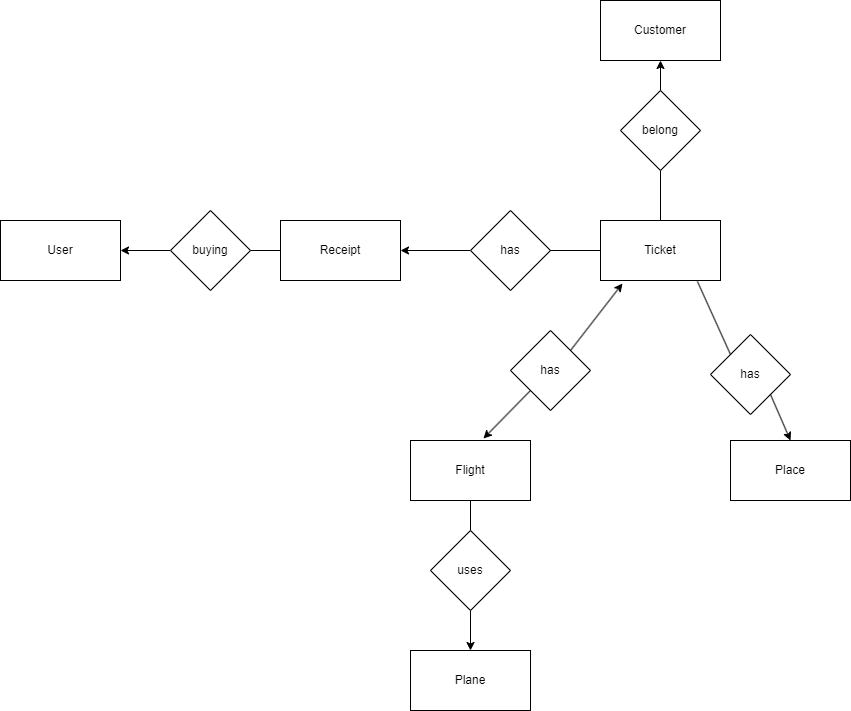
GumBox/CloudAirlineG8 keeps this draw.io diagram as analysis/Entity.drawio.png. Above is the earlier version. Source tidied: cells renumbered, new cells last; positions are measured from the earlier drawing's top-left corner, leaving out a move shared by most shapes.
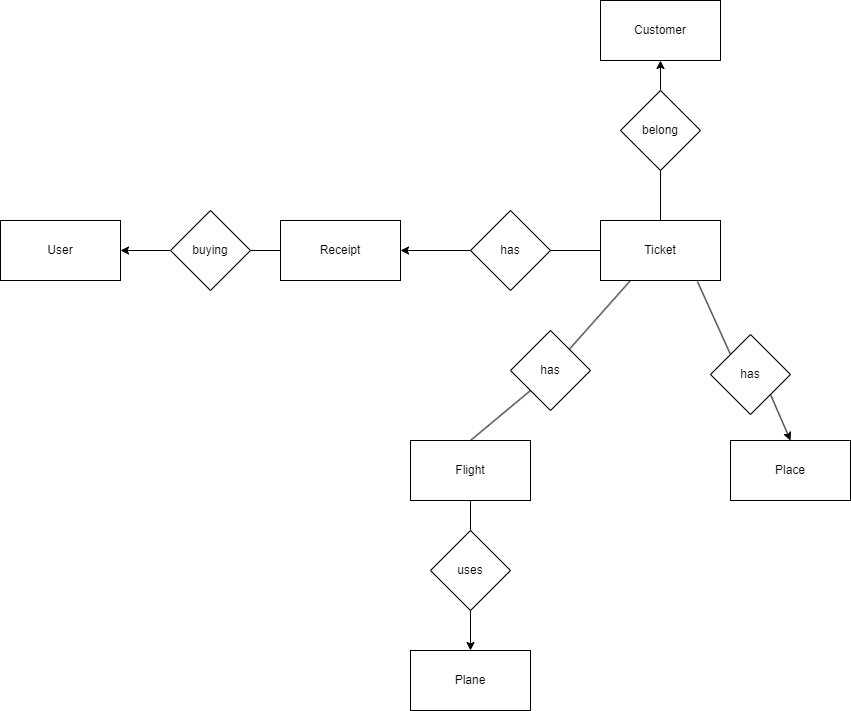
Above is the later version.

Diff of the diagram source:
```diff
@@ -5,15 +5,9 @@
     <mxCell id="2" value="User" style="rounded=0;whiteSpace=wrap;html=1;" parent="1" vertex="1">
       <mxGeometry y="220" width="120" height="60" as="geometry" />
     </mxCell>
-    <mxCell id="3" style="endArrow=classic;html=1;rounded=0;entryX=0.183;entryY=1.05;entryDx=0;entryDy=0;entryPerimeter=0;exitX=1;exitY=0;exitDx=0;exitDy=0;" parent="1" edge="1" source="18" target="12">
-      <mxGeometry relative="1" as="geometry" />
-    </mxCell>
     <mxCell id="4" style="endArrow=classic;html=1;rounded=0;entryX=0.5;entryY=1;entryDx=0;entryDy=0;exitX=0.5;exitY=0;exitDx=0;exitDy=0;" parent="1" edge="1" source="14" target="15">
       <mxGeometry relative="1" as="geometry" />
     </mxCell>
-    <mxCell id="5" style="endArrow=classic;html=1;rounded=0;entryX=0.608;entryY=-0.033;entryDx=0;entryDy=0;entryPerimeter=0;exitX=0;exitY=1;exitDx=0;exitDy=0;" parent="1" edge="1" source="18" target="19">
-      <mxGeometry relative="1" as="geometry" />
-    </mxCell>
     <mxCell id="6" style="endArrow=classic;html=1;rounded=0;entryX=1;entryY=0.5;entryDx=0;entryDy=0;exitX=0;exitY=0.5;exitDx=0;exitDy=0;" parent="1" edge="1" source="11" target="9">
       <mxGeometry relative="1" as="geometry" />
     </mxCell>
@@ -77,5 +71,11 @@
     <mxCell id="26" style="endArrow=none;html=1;rounded=0;entryX=0.808;entryY=1.017;entryDx=0;entryDy=0;entryPerimeter=0;exitX=0;exitY=0;exitDx=0;exitDy=0;" parent="1" edge="1" source="17" target="12">
       <mxGeometry relative="1" as="geometry" />
     </mxCell>
+    <mxCell id="3" style="endArrow=none;html=1;rounded=0;entryX=0.25;entryY=1;entryDx=0;entryDy=0;" parent="1" edge="1" source="18" target="12">
+      <mxGeometry relative="1" as="geometry" />
+    </mxCell>
+    <mxCell id="27" style="endArrow=none;html=1;rounded=0;entryX=0;entryY=1;entryDx=0;entryDy=0;exitX=0.5;exitY=0;exitDx=0;exitDy=0;" parent="1" edge="1" source="19" target="18">
+      <mxGeometry relative="1" as="geometry" />
+    </mxCell>
   </root>
 </mxGraphModel>
```
